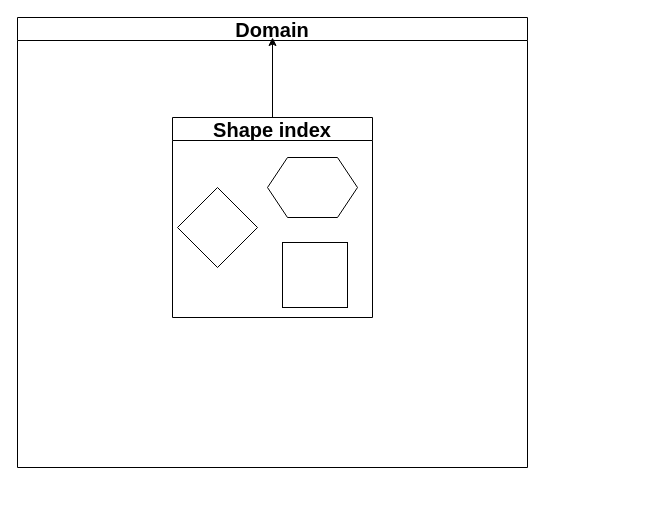
constraintAutomaton/AMW-shape-index-presentation keeps this draw.io diagram as pictures/shape_index.drawio. Above is the earlier version. Source tidied: cells renumbered, new cells numbered last; positions are measured from the earlier drawing's top-left corner, leaving out a move shared by most shapes. Both pictures are drawn from the tidied source at 100%, with x=0, y=0 at pixel (17, 17).
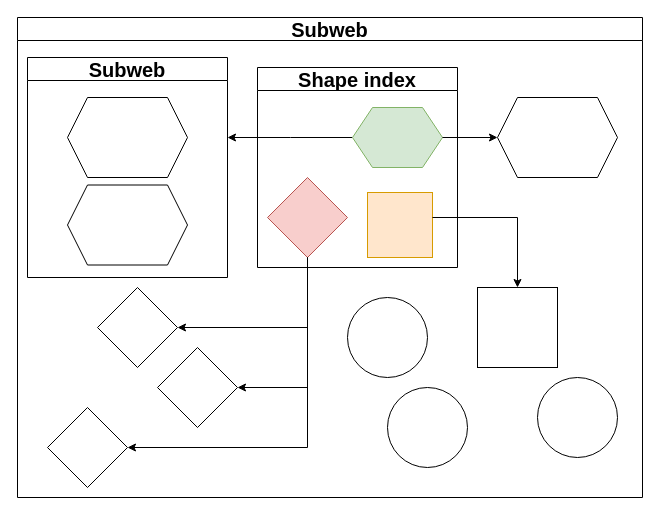
The same diagram, later.

Commit message (it also covers changes not shown here):
some typo and formating mistakes fixed

The edit, as a diff of the source:
```diff
@@
-    <mxCell id="2" value="&lt;font style=&quot;font-size: 20px;&quot;&gt;Domain&lt;/font&gt;" style="swimlane;whiteSpace=wrap;html=1;" parent="1" vertex="1">
-      <mxGeometry width="510" height="450" as="geometry" />
+    <mxCell id="2" value="&lt;font style=&quot;font-size: 20px;&quot;&gt;Subweb&lt;/font&gt;" style="swimlane;whiteSpace=wrap;html=1;" parent="1" vertex="1">
+      <mxGeometry width="625" height="480" as="geometry" />
     </mxCell>
     <mxCell id="3" value="&lt;font style=&quot;font-size: 20px;&quot;&gt;Shape index&lt;/font&gt;" style="swimlane;whiteSpace=wrap;html=1;startSize=23;" parent="2" vertex="1">
-      <mxGeometry x="155" y="100" width="200" height="200" as="geometry" />
+      <mxGeometry x="240" y="50" width="200" height="200" as="geometry" />
     </mxCell>
-    <mxCell id="4" style="rhombus;whiteSpace=wrap;html=1;" parent="3" vertex="1">
-      <mxGeometry x="5" y="70" width="80" height="80" as="geometry" />
+    <mxCell id="4" style="rhombus;whiteSpace=wrap;html=1;fillColor=#f8cecc;strokeColor=#b85450;" parent="3" vertex="1">
+      <mxGeometry x="10" y="110" width="80" height="80" as="geometry" />
     </mxCell>
+    <mxCell id="8" style="edgeStyle=orthogonalEdgeStyle;rounded=0;jettySize=auto;html=1;" parent="3" edge="1" source="5">
+      <mxGeometry relative="1" as="geometry">
+        <mxPoint x="-30" y="70" as="targetPoint" />
+      </mxGeometry>
+    </mxCell>
-    <mxCell id="5" style="shape=hexagon;perimeter=hexagonPerimeter2;whiteSpace=wrap;html=1;fixedSize=1;" parent="3" vertex="1">
+    <mxCell id="5" style="shape=hexagon;perimeter=hexagonPerimeter2;whiteSpace=wrap;html=1;fixedSize=1;fillColor=#d5e8d4;strokeColor=#82b366;" parent="3" vertex="1">
       <mxGeometry x="95" y="40" width="90" height="60" as="geometry" />
     </mxCell>
-    <mxCell id="6" style="whiteSpace=wrap;html=1;" parent="3" vertex="1">
+    <mxCell id="6" style="whiteSpace=wrap;html=1;fillColor=#ffe6cc;strokeColor=#d79b00;" parent="3" vertex="1">
       <mxGeometry x="110" y="125" width="65" height="65" as="geometry" />
     </mxCell>
-    <mxCell id="7" style="endArrow=classic;html=1;rounded=0;exitX=0.5;exitY=0;exitDx=0;exitDy=0;" parent="2" edge="1" source="3">
-      <mxGeometry relative="1" as="geometry">
-        <mxPoint x="255" y="20" as="targetPoint" />
-      </mxGeometry>
-    </mxCell>
+    <mxCell id="9" style="rhombus;whiteSpace=wrap;html=1;" parent="2" vertex="1">
+      <mxGeometry x="30" y="390" width="80" height="80" as="geometry" />
+    </mxCell>
+    <mxCell id="10" style="rhombus;whiteSpace=wrap;html=1;" parent="2" vertex="1">
+      <mxGeometry x="140" y="330" width="80" height="80" as="geometry" />
+    </mxCell>
+    <mxCell id="11" style="rhombus;whiteSpace=wrap;html=1;" parent="2" vertex="1">
+      <mxGeometry x="80" y="270" width="80" height="80" as="geometry" />
+    </mxCell>
+    <mxCell id="12" style="ellipse;whiteSpace=wrap;html=1;" parent="2" vertex="1">
+      <mxGeometry x="330" y="280" width="80" height="80" as="geometry" />
+    </mxCell>
+    <mxCell id="13" style="ellipse;whiteSpace=wrap;html=1;" parent="2" vertex="1">
+      <mxGeometry x="370" y="370" width="80" height="80" as="geometry" />
+    </mxCell>
+    <mxCell id="14" style="ellipse;whiteSpace=wrap;html=1;" parent="2" vertex="1">
+      <mxGeometry x="520" y="360" width="80" height="80" as="geometry" />
+    </mxCell>
+    <mxCell id="15" style="whiteSpace=wrap;html=1;" parent="2" vertex="1">
+      <mxGeometry x="460" y="270" width="80" height="80" as="geometry" />
+    </mxCell>
+    <mxCell id="16" style="shape=hexagon;perimeter=hexagonPerimeter2;whiteSpace=wrap;html=1;fixedSize=1;" parent="2" vertex="1">
+      <mxGeometry x="480" y="80" width="120" height="80" as="geometry" />
+    </mxCell>
+    <mxCell id="17" style="edgeStyle=orthogonalEdgeStyle;rounded=0;jettySize=auto;html=1;entryX=0;entryY=0.5;entryDx=0;entryDy=0;" parent="2" edge="1" source="5" target="16">
+      <mxGeometry relative="1" as="geometry" />
+    </mxCell>
+    <mxCell id="18" value="&lt;font style=&quot;font-size: 20px;&quot;&gt;Subweb&lt;/font&gt;" style="swimlane;whiteSpace=wrap;html=1;" parent="2" vertex="1">
+      <mxGeometry x="10" y="40" width="200" height="220" as="geometry" />
+    </mxCell>
+    <mxCell id="19" style="shape=hexagon;perimeter=hexagonPerimeter2;whiteSpace=wrap;html=1;fixedSize=1;" parent="18" vertex="1">
+      <mxGeometry x="40" y="40" width="120" height="80" as="geometry" />
+    </mxCell>
+    <mxCell id="20" style="shape=hexagon;perimeter=hexagonPerimeter2;whiteSpace=wrap;html=1;fixedSize=1;" parent="18" vertex="1">
+      <mxGeometry x="40" y="127.5" width="120" height="80" as="geometry" />
+    </mxCell>
+    <mxCell id="21" style="edgeStyle=orthogonalEdgeStyle;rounded=0;jettySize=auto;html=1;entryX=0.5;entryY=0;entryDx=0;entryDy=0;" parent="2" edge="1" source="6" target="15">
+      <mxGeometry relative="1" as="geometry">
+        <Array as="points">
+          <mxPoint x="500" y="200" />
+        </Array>
+      </mxGeometry>
+    </mxCell>
+    <mxCell id="22" style="edgeStyle=orthogonalEdgeStyle;rounded=0;jettySize=auto;html=1;entryX=1;entryY=0.5;entryDx=0;entryDy=0;" parent="2" edge="1" source="4" target="11">
+      <mxGeometry relative="1" as="geometry">
+        <Array as="points">
+          <mxPoint x="290" y="310" />
+        </Array>
+      </mxGeometry>
+    </mxCell>
+    <mxCell id="23" style="edgeStyle=orthogonalEdgeStyle;rounded=0;jettySize=auto;html=1;entryX=1;entryY=0.5;entryDx=0;entryDy=0;" parent="2" edge="1" source="4" target="10">
+      <mxGeometry relative="1" as="geometry">
+        <Array as="points">
+          <mxPoint x="290" y="370" />
+        </Array>
+      </mxGeometry>
+    </mxCell>
+    <mxCell id="24" style="edgeStyle=orthogonalEdgeStyle;rounded=0;jettySize=auto;html=1;entryX=1;entryY=0.5;entryDx=0;entryDy=0;" parent="2" edge="1" source="4" target="9">
+      <mxGeometry relative="1" as="geometry">
+        <Array as="points">
+          <mxPoint x="290" y="430" />
+        </Array>
+      </mxGeometry>
+    </mxCell>
```
